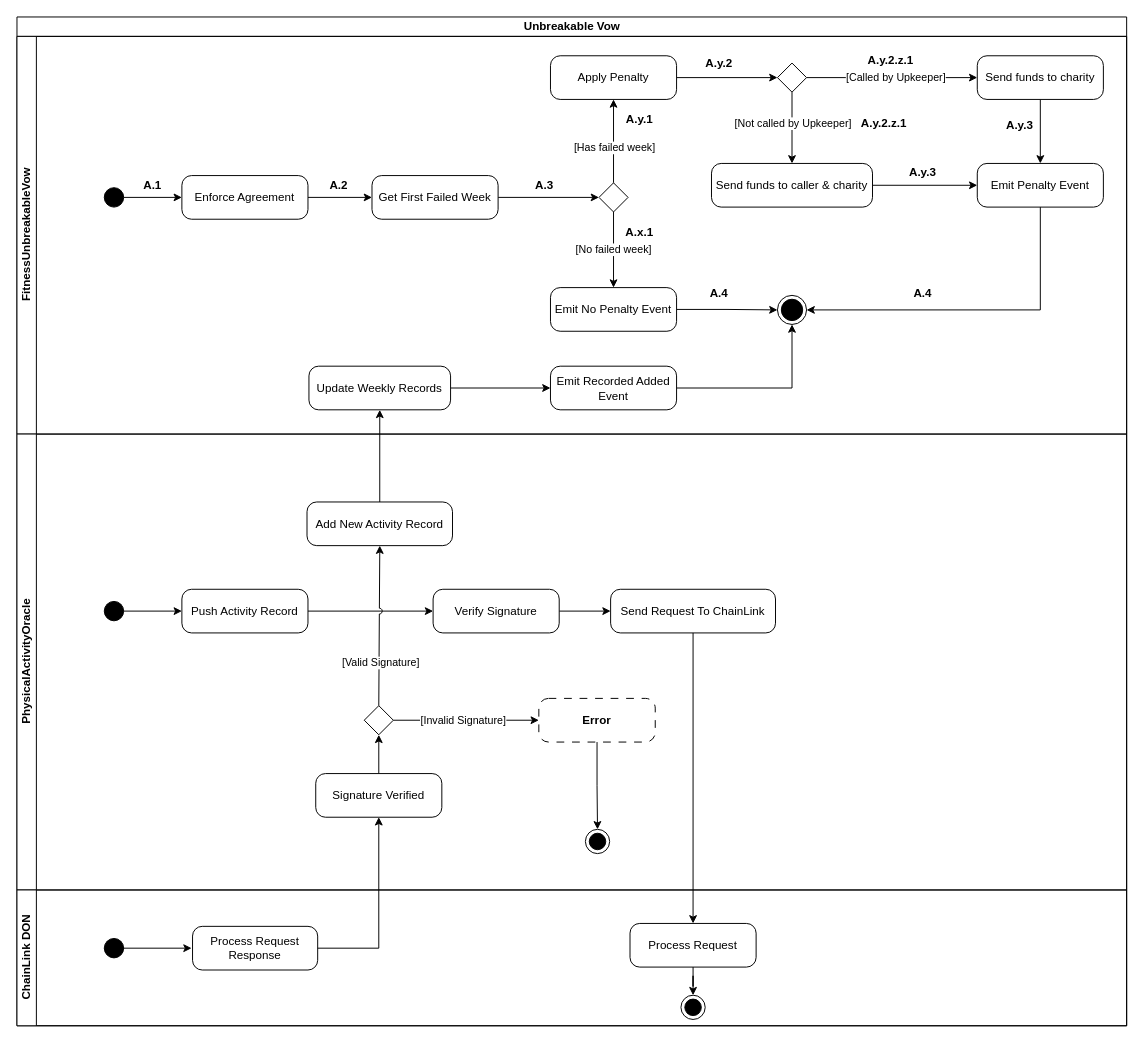
Earlier version of the draw.io diagram page "Contracts Activity Diagram" (1 of 3) of Fitness-Unbreakable-Vow.drawio (pedrooaugusto/fitness-unbreakable-vow). Source tidied: cells renumbered, new cells numbered last; positions are measured from the earlier drawing's top-left corner, leaving out a move shared by most shapes. Both pictures are drawn from the tidied source at 97%, with x=0, y=0 at pixel (16, 16).
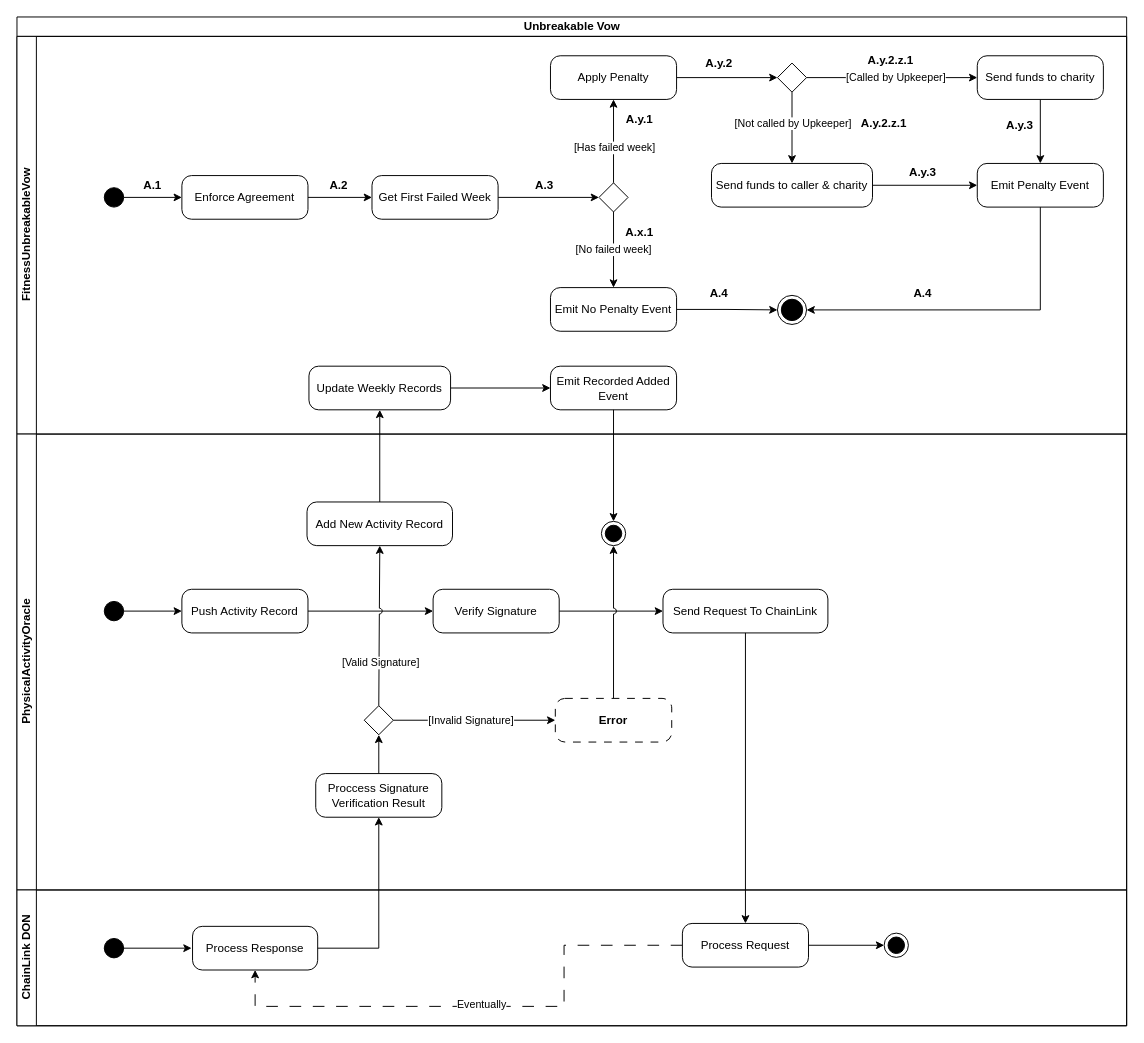
The same diagram, later.

The change refers to these unchanged cells:
```xml
<mxCell id="2" value="Unbreakable Vow" style="swimlane;horizontal=1;startSize=20;html=1;" parent="1" vertex="1">
  <mxGeometry width="1144" height="1040" as="geometry" />
</mxCell>
<mxCell id="3" value="FitnessUnbreakableVow" style="swimlane;startSize=20;horizontal=0;html=1;" parent="2" vertex="1">
  <mxGeometry y="20" width="1144" height="410" as="geometry" />
</mxCell>
<mxCell id="28" style="ellipse;html=1;shape=endState;fillColor=strokeColor;" parent="3" vertex="1">
  <mxGeometry x="784" y="267" width="30" height="30" as="geometry" />
</mxCell>
<mxCell id="34" value="Emit Recorded Added Event" style="html=1;dashed=0;rounded=1;absoluteArcSize=1;arcSize=20;verticalAlign=middle;align=center;whiteSpace=wrap;" parent="3" vertex="1">
  <mxGeometry x="550" y="340" width="130" height="45" as="geometry" />
</mxCell>
<mxCell id="47" value="PhysicalActivityOracle" style="swimlane;startSize=20;horizontal=0;html=1;" parent="2" vertex="1">
  <mxGeometry y="430" width="1144" height="470" as="geometry" />
</mxCell>
<mxCell id="66" value="ChainLink DON" style="swimlane;startSize=20;horizontal=0;html=1;" parent="2" vertex="1">
  <mxGeometry y="900" width="1144" height="140" as="geometry" />
</mxCell>
```

The edit, as a diff of the source:
```diff
@@
-    <mxCell id="33" style="edgeStyle=orthogonalEdgeStyle;rounded=0;jettySize=auto;html=1;entryX=0.5;entryY=1;entryDx=0;entryDy=0;" parent="3" edge="1" source="34" target="28">
-      <mxGeometry relative="1" as="geometry" />
-    </mxCell>
@@
     <mxCell id="54" value="Send Request To ChainLink" style="html=1;dashed=0;rounded=1;absoluteArcSize=1;arcSize=20;verticalAlign=middle;align=center;whiteSpace=wrap;" parent="47" vertex="1">
-      <mxGeometry x="612" y="160" width="170" height="45" as="geometry" />
+      <mxGeometry x="666" y="160" width="170" height="45" as="geometry" />
     </mxCell>
@@
-    <mxCell id="56" value="Signature Verified" style="html=1;dashed=0;rounded=1;absoluteArcSize=1;arcSize=20;verticalAlign=middle;align=center;whiteSpace=wrap;" parent="47" vertex="1">
+    <mxCell id="56" value="Proccess Signature Verification Result" style="html=1;dashed=0;rounded=1;absoluteArcSize=1;arcSize=20;verticalAlign=middle;align=center;whiteSpace=wrap;" parent="47" vertex="1">
       <mxGeometry x="308" y="350" width="130" height="45" as="geometry" />
     </mxCell>
@@
-    <mxCell id="63" style="edgeStyle=orthogonalEdgeStyle;rounded=0;jettySize=auto;html=1;entryX=0.5;entryY=0;entryDx=0;entryDy=0;" parent="47" edge="1" source="64" target="65">
+    <mxCell id="63" style="edgeStyle=orthogonalEdgeStyle;rounded=0;jettySize=auto;html=1;entryX=0.5;entryY=1;entryDx=0;entryDy=0;jumpStyle=arc;" parent="47" edge="1" source="64" target="65">
       <mxGeometry relative="1" as="geometry" />
     </mxCell>
     <mxCell id="64" value="&lt;b&gt;Error&lt;/b&gt;" style="html=1;dashed=1;rounded=1;absoluteArcSize=1;arcSize=20;verticalAlign=middle;align=center;whiteSpace=wrap;dashPattern=8 8;" parent="47" vertex="1">
-      <mxGeometry x="538" y="272.5" width="120" height="45" as="geometry" />
+      <mxGeometry x="555" y="272.5" width="120" height="45" as="geometry" />
     </mxCell>
     <mxCell id="65" style="ellipse;html=1;shape=endState;fillColor=strokeColor;" parent="47" vertex="1">
-      <mxGeometry x="586" y="407.5" width="25" height="25" as="geometry" />
+      <mxGeometry x="602.5" y="90" width="25" height="25" as="geometry" />
     </mxCell>
@@
+    <mxCell id="76" style="edgeStyle=orthogonalEdgeStyle;rounded=0;jettySize=auto;html=1;entryX=0.5;entryY=1;entryDx=0;entryDy=0;dashed=1;dashPattern=12 12;" parent="66" edge="1" source="68" target="72">
+      <mxGeometry relative="1" as="geometry">
+        <Array as="points">
+          <mxPoint x="564" y="57" />
+          <mxPoint x="564" y="120" />
+          <mxPoint x="246" y="120" />
+        </Array>
+      </mxGeometry>
+    </mxCell>
+    <mxCell id="77" value="Eventually" style="edgeLabel;html=1;align=center;verticalAlign=middle;" parent="76" vertex="1">
+      <mxGeometry y="-3" relative="1" as="geometry" />
+    </mxCell>
     <mxCell id="68" value="Process Request" style="html=1;dashed=0;rounded=1;absoluteArcSize=1;arcSize=20;verticalAlign=middle;align=center;whiteSpace=wrap;" parent="66" vertex="1">
-      <mxGeometry x="632" y="34.5" width="130" height="45" as="geometry" />
+      <mxGeometry x="686" y="34.5" width="130" height="45" as="geometry" />
     </mxCell>
     <mxCell id="69" style="ellipse;html=1;shape=endState;fillColor=strokeColor;" parent="66" vertex="1">
-      <mxGeometry x="684.5" y="108.5" width="25" height="25" as="geometry" />
+      <mxGeometry x="894" y="44.5" width="25" height="25" as="geometry" />
     </mxCell>
@@
-    <mxCell id="72" value="Process Request Response" style="html=1;dashed=0;rounded=1;absoluteArcSize=1;arcSize=20;verticalAlign=middle;align=center;whiteSpace=wrap;" parent="66" vertex="1">
+    <mxCell id="72" value="Process Response" style="html=1;dashed=0;rounded=1;absoluteArcSize=1;arcSize=20;verticalAlign=middle;align=center;whiteSpace=wrap;" parent="66" vertex="1">
       <mxGeometry x="181" y="37.5" width="129" height="45" as="geometry" />
     </mxCell>
@@
+    <mxCell id="78" style="edgeStyle=orthogonalEdgeStyle;rounded=0;jettySize=auto;html=1;entryX=0.5;entryY=0;entryDx=0;entryDy=0;" parent="2" edge="1" source="34" target="65">
+      <mxGeometry relative="1" as="geometry" />
+    </mxCell>
```
